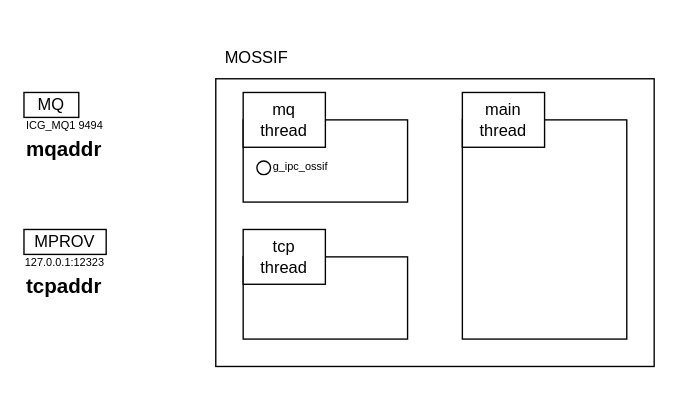
Earlier version of the draw.io diagram MOSSIF.drawio (JaeHyeon774/NEWTIL). Source tidied: cells renumbered, new cells numbered last; positions are measured from the earlier drawing's top-left corner, leaving out a move shared by most shapes. Both pictures are drawn from the tidied source at 137%, with x=0, y=0 at pixel (23, 37).
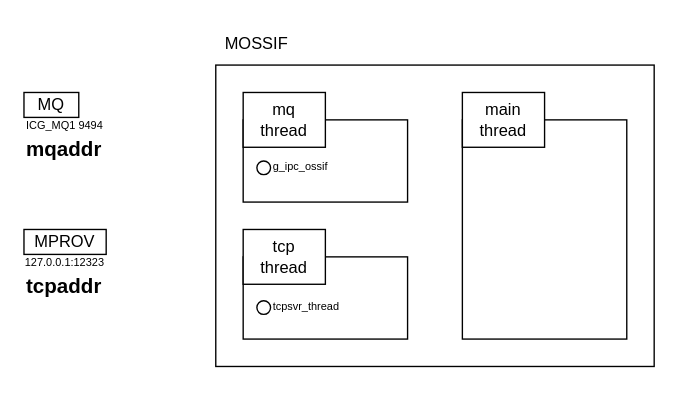
The same page after the edit.

Diff of the diagram source:
```diff
@@
     <mxCell id="2" style="rounded=0;whiteSpace=wrap;html=1;" parent="1" vertex="1">
-      <mxGeometry x="140" y="30" width="320" height="210" as="geometry" />
+      <mxGeometry x="140" y="20" width="320" height="220" as="geometry" />
     </mxCell>
@@
-    <mxCell id="7" style="rounded=0;whiteSpace=wrap;html=1;" parent="1" vertex="1">
+    <mxCell id="7" style="rounded=0;whiteSpace=wrap;html=1;align=left;" parent="1" vertex="1">
       <mxGeometry x="160" y="160" width="120" height="60" as="geometry" />
     </mxCell>
@@
     <mxCell id="12" value="MOSSIF" style="text;html=1;align=center;verticalAlign=middle;whiteSpace=wrap;rounded=0;" parent="1" vertex="1">
-      <mxGeometry x="140" width="60" height="30" as="geometry" />
+      <mxGeometry x="140" y="-10" width="60" height="30" as="geometry" />
     </mxCell>
@@
+    <mxCell id="21" style="ellipse;whiteSpace=wrap;html=1;" parent="1" vertex="1">
+      <mxGeometry x="170" y="192" width="10" height="10" as="geometry" />
+    </mxCell>
+    <mxCell id="22" value="&lt;font style=&quot;font-size: 8px;&quot;&gt;tcpsvr_thread&lt;/font&gt;" style="text;html=1;align=left;verticalAlign=middle;whiteSpace=wrap;rounded=0;" parent="1" vertex="1">
+      <mxGeometry x="180" y="190" width="60" height="10" as="geometry" />
+    </mxCell>
```
